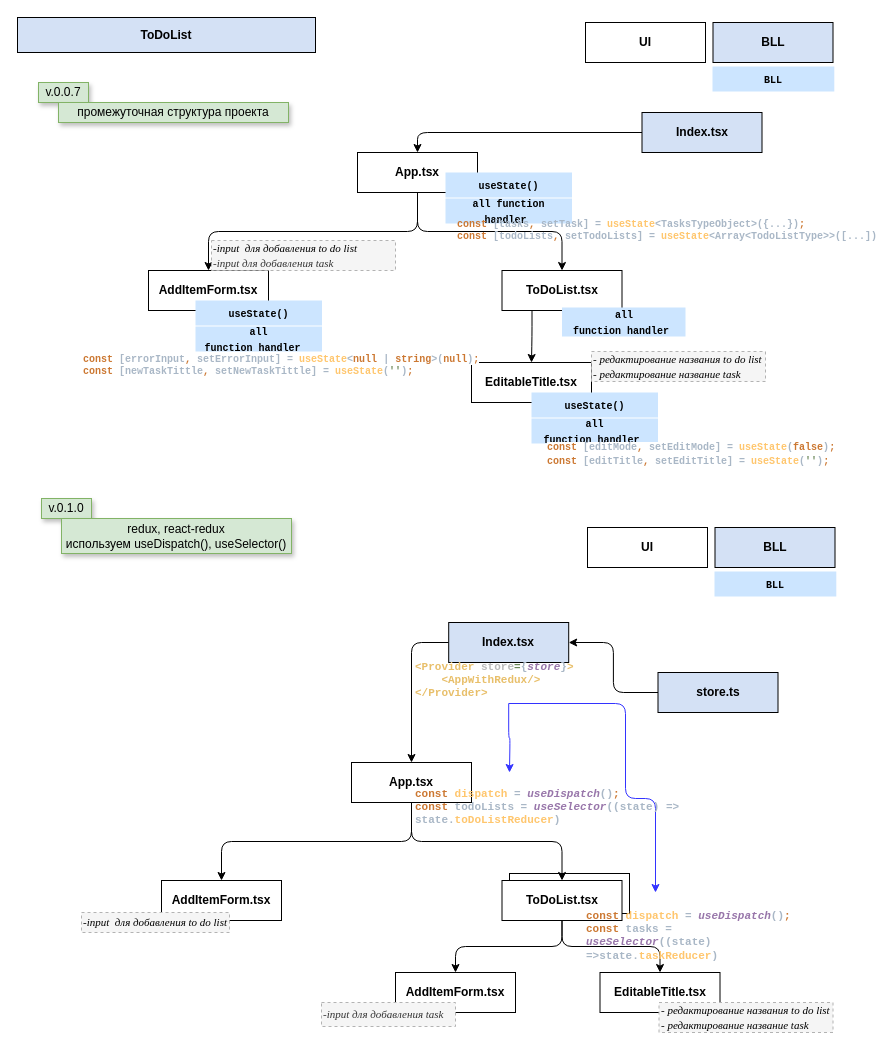
Above: page "Page-1" (1 of 2) of ToDoList.drawio in AndrosovMA/ToDoList (draw.io), before the change. Source tidied: cells renumbered, new cells numbered last; positions are measured from the earlier drawing's top-left corner, leaving out a move shared by most shapes. Both pictures are drawn from the tidied source at 100%, with x=0, y=0 at pixel (17, 17).
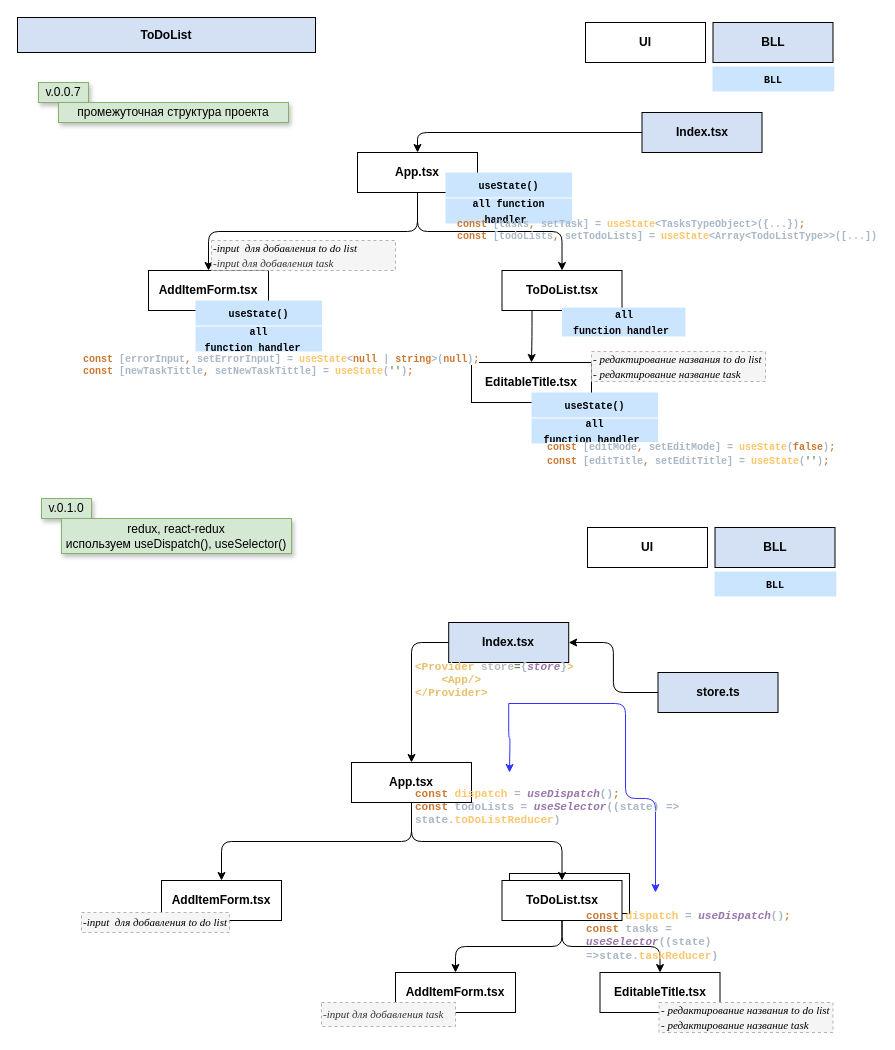
The same page after the edit.

Diff of the diagram source:
```diff
@@
-    <mxCell id="55" value="&lt;pre style=&quot;color: rgb(169 , 183 , 198) ; font-family: &amp;#34;jetbrains mono&amp;#34; , monospace ; font-size: 11px&quot;&gt;&lt;b&gt;&lt;span style=&quot;color: rgb(232 , 191 , 106)&quot;&gt;&amp;lt;Provider &lt;/span&gt;&lt;span style=&quot;color: rgb(186 , 186 , 186)&quot;&gt;store&lt;/span&gt;&lt;span style=&quot;color: rgb(106 , 135 , 89)&quot;&gt;=&lt;/span&gt;{&lt;span style=&quot;color: rgb(152 , 118 , 170) ; font-style: italic&quot;&gt;store&lt;/span&gt;}&lt;span style=&quot;color: rgb(232 , 191 , 106)&quot;&gt;&amp;gt;&lt;br&gt;&lt;/span&gt;&lt;span style=&quot;color: rgb(232 , 191 , 106)&quot;&gt;    &amp;lt;AppWithRedux/&amp;gt;&lt;br&gt;&lt;/span&gt;&lt;span style=&quot;color: rgb(232 , 191 , 106)&quot;&gt;&amp;lt;/Provider&amp;gt;&lt;/span&gt;&lt;/b&gt;&lt;/pre&gt;" style="text;whiteSpace=wrap;html=1;" parent="1" vertex="1">
+    <mxCell id="55" value="&lt;pre style=&quot;color: rgb(169 , 183 , 198) ; font-family: &amp;#34;jetbrains mono&amp;#34; , monospace ; font-size: 11px&quot;&gt;&lt;b&gt;&lt;span style=&quot;color: rgb(232 , 191 , 106)&quot;&gt;&amp;lt;Provider &lt;/span&gt;&lt;span style=&quot;color: rgb(186 , 186 , 186)&quot;&gt;store&lt;/span&gt;&lt;span style=&quot;color: rgb(106 , 135 , 89)&quot;&gt;=&lt;/span&gt;{&lt;span style=&quot;color: rgb(152 , 118 , 170) ; font-style: italic&quot;&gt;store&lt;/span&gt;}&lt;span style=&quot;color: rgb(232 , 191 , 106)&quot;&gt;&amp;gt;&lt;br&gt;&lt;/span&gt;&lt;span style=&quot;color: rgb(232 , 191 , 106)&quot;&gt;    &amp;lt;App/&amp;gt;&lt;br&gt;&lt;/span&gt;&lt;span style=&quot;color: rgb(232 , 191 , 106)&quot;&gt;&amp;lt;/Provider&amp;gt;&lt;/span&gt;&lt;/b&gt;&lt;/pre&gt;" style="text;whiteSpace=wrap;html=1;" parent="1" vertex="1">
       <mxGeometry x="396.2" y="626" width="190" height="60" as="geometry" />
     </mxCell>
```
